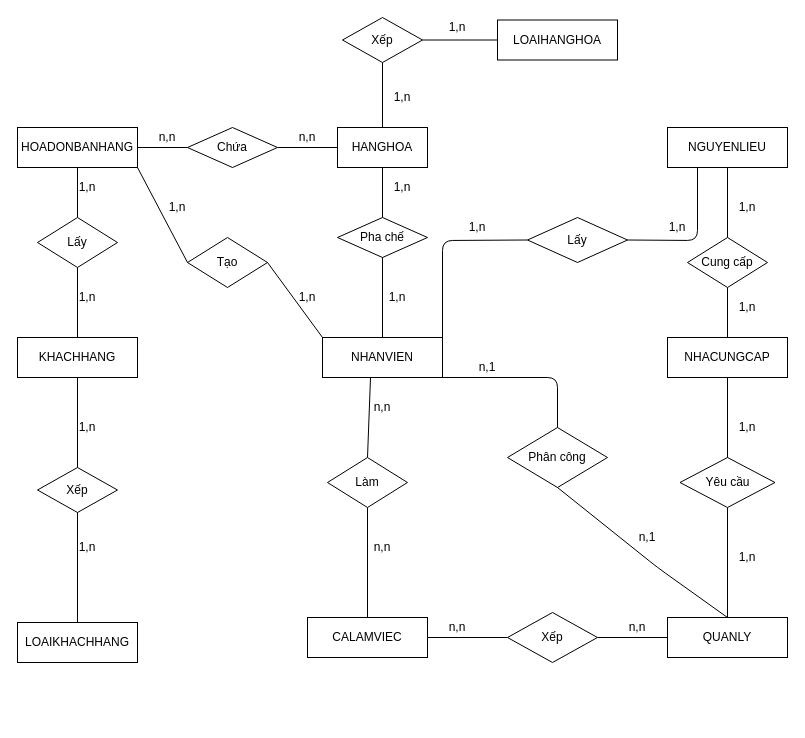
Earlier version of the draw.io diagram Untitled Diagram.drawio (nhungkchy/hihi). Source tidied: cells renumbered, new cells numbered last; positions are measured from the earlier drawing's top-left corner, leaving out a move shared by most shapes. Both pictures are drawn from the tidied source at 100%, with x=0, y=0 at pixel (17, 17).
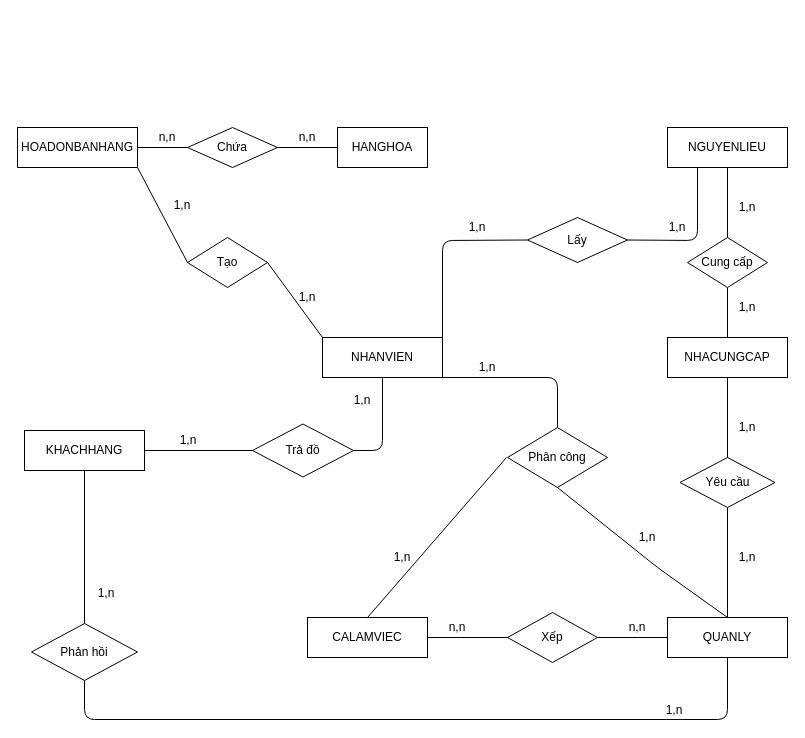
After the change.

Unchanged cells that the change refers to:
```xml
<mxCell id="2" value="NHANVIEN" style="rounded=0;whiteSpace=wrap;html=1;" parent="1" vertex="1">
  <mxGeometry x="305" y="320" width="120" height="40" as="geometry" />
</mxCell>
<mxCell id="4" value="HOADONBANHANG" style="rounded=0;whiteSpace=wrap;html=1;" parent="1" vertex="1">
  <mxGeometry y="110" width="120" height="40" as="geometry" />
</mxCell>
<mxCell id="7" value="CALAMVIEC" style="rounded=0;whiteSpace=wrap;html=1;" parent="1" vertex="1">
  <mxGeometry x="290" y="600" width="120" height="40" as="geometry" />
</mxCell>
<mxCell id="9" value="HANGHOA" style="rounded=0;whiteSpace=wrap;html=1;" parent="1" vertex="1">
  <mxGeometry x="320" y="110" width="90" height="40" as="geometry" />
</mxCell>
<mxCell id="37" value="QUANLY" style="rounded=0;whiteSpace=wrap;html=1;" parent="1" vertex="1">
  <mxGeometry x="650" y="600" width="120" height="40" as="geometry" />
</mxCell>
```

Diff of the diagram source:
```diff
@@
-    <mxCell id="3" value="LOAIKHACHHANG" style="rounded=0;whiteSpace=wrap;html=1;" parent="1" vertex="1">
-      <mxGeometry y="605" width="120" height="40" as="geometry" />
-    </mxCell>
@@
     <mxCell id="5" value="KHACHHANG" style="rounded=0;whiteSpace=wrap;html=1;" parent="1" vertex="1">
-      <mxGeometry y="320" width="120" height="40" as="geometry" />
+      <mxGeometry x="7" y="413" width="120" height="40" as="geometry" />
     </mxCell>
-    <mxCell id="6" value="LOAIHANGHOA" style="rounded=0;whiteSpace=wrap;html=1;" parent="1" vertex="1">
-      <mxGeometry x="480" y="2.5" width="120" height="40" as="geometry" />
-    </mxCell>
@@
-    <mxCell id="15" value="Xếp" style="rhombus;whiteSpace=wrap;html=1;" parent="1" vertex="1">
-      <mxGeometry x="325" width="80" height="45" as="geometry" />
-    </mxCell>
-    <mxCell id="16" style="endArrow=none;html=1;entryX=0.5;entryY=1;entryDx=0;entryDy=0;exitX=0.5;exitY=0;exitDx=0;exitDy=0;" parent="1" edge="1" source="9" target="15">
-      <mxGeometry relative="1" as="geometry" />
-    </mxCell>
-    <mxCell id="17" style="endArrow=none;html=1;entryX=0;entryY=0.5;entryDx=0;entryDy=0;exitX=1;exitY=0.5;exitDx=0;exitDy=0;" parent="1" edge="1" source="15" target="6">
-      <mxGeometry relative="1" as="geometry" />
-    </mxCell>
-    <mxCell id="18" value="1,n" style="text;html=1;strokeColor=none;fillColor=none;align=center;verticalAlign=middle;whiteSpace=wrap;rounded=0;" parent="1" vertex="1">
-      <mxGeometry x="365" y="70" width="40" height="20" as="geometry" />
-    </mxCell>
-    <mxCell id="19" value="1,n" style="text;html=1;strokeColor=none;fillColor=none;align=center;verticalAlign=middle;whiteSpace=wrap;rounded=0;" parent="1" vertex="1">
-      <mxGeometry x="420" width="40" height="20" as="geometry" />
-    </mxCell>
-    <mxCell id="20" value="Pha chế" style="rhombus;whiteSpace=wrap;html=1;" parent="1" vertex="1">
-      <mxGeometry x="320" y="200" width="90" height="40" as="geometry" />
-    </mxCell>
-    <mxCell id="21" style="endArrow=none;html=1;entryX=0.5;entryY=1;entryDx=0;entryDy=0;exitX=0.5;exitY=0;exitDx=0;exitDy=0;" parent="1" edge="1" source="2" target="20">
-      <mxGeometry relative="1" as="geometry" />
-    </mxCell>
-    <mxCell id="22" style="endArrow=none;html=1;entryX=0.5;entryY=1;entryDx=0;entryDy=0;" parent="1" edge="1" source="20" target="9">
-      <mxGeometry relative="1" as="geometry" />
-    </mxCell>
-    <mxCell id="23" value="1,n" style="text;html=1;strokeColor=none;fillColor=none;align=center;verticalAlign=middle;whiteSpace=wrap;rounded=0;" parent="1" vertex="1">
-      <mxGeometry x="365" y="160" width="40" height="20" as="geometry" />
-    </mxCell>
-    <mxCell id="24" value="1,n" style="text;html=1;strokeColor=none;fillColor=none;align=center;verticalAlign=middle;whiteSpace=wrap;rounded=0;" parent="1" vertex="1">
-      <mxGeometry x="360" y="270" width="40" height="20" as="geometry" />
-    </mxCell>
@@
-    <mxCell id="47" value="Làm" style="rhombus;whiteSpace=wrap;html=1;" parent="1" vertex="1">
-      <mxGeometry x="310" y="440" width="80" height="50" as="geometry" />
-    </mxCell>
-    <mxCell id="48" style="endArrow=none;html=1;exitX=0.5;exitY=0;exitDx=0;exitDy=0;" parent="1" edge="1" source="47">
-      <mxGeometry relative="1" as="geometry">
-        <mxPoint x="353" y="360" as="targetPoint" />
-      </mxGeometry>
-    </mxCell>
-    <mxCell id="49" style="endArrow=none;html=1;entryX=0.5;entryY=0;entryDx=0;entryDy=0;" parent="1" edge="1" target="7">
-      <mxGeometry relative="1" as="geometry">
-        <mxPoint x="350" y="490" as="sourcePoint" />
-      </mxGeometry>
-    </mxCell>
-    <mxCell id="50" value="n,n" style="text;html=1;strokeColor=none;fillColor=none;align=center;verticalAlign=middle;whiteSpace=wrap;rounded=0;" parent="1" vertex="1">
-      <mxGeometry x="345" y="520" width="40" height="20" as="geometry" />
-    </mxCell>
-    <mxCell id="51" value="n,n" style="text;html=1;strokeColor=none;fillColor=none;align=center;verticalAlign=middle;whiteSpace=wrap;rounded=0;" parent="1" vertex="1">
-      <mxGeometry x="345" y="380" width="40" height="20" as="geometry" />
-    </mxCell>
@@
-    <mxCell id="55" value="n,1" style="text;html=1;strokeColor=none;fillColor=none;align=center;verticalAlign=middle;whiteSpace=wrap;rounded=0;" parent="1" vertex="1">
+    <mxCell id="55" value="1,n" style="text;html=1;strokeColor=none;fillColor=none;align=center;verticalAlign=middle;whiteSpace=wrap;rounded=0;" parent="1" vertex="1">
       <mxGeometry x="450" y="340" width="40" height="20" as="geometry" />
     </mxCell>
-    <mxCell id="56" value="n,1" style="text;html=1;strokeColor=none;fillColor=none;align=center;verticalAlign=middle;whiteSpace=wrap;rounded=0;" parent="1" vertex="1">
+    <mxCell id="56" value="1,n" style="text;html=1;strokeColor=none;fillColor=none;align=center;verticalAlign=middle;whiteSpace=wrap;rounded=0;" parent="1" vertex="1">
       <mxGeometry x="610" y="510" width="40" height="20" as="geometry" />
     </mxCell>
-    <mxCell id="57" value="Xếp" style="rhombus;whiteSpace=wrap;html=1;" parent="1" vertex="1">
-      <mxGeometry x="20" y="450" width="80" height="45" as="geometry" />
-    </mxCell>
-    <mxCell id="58" style="endArrow=none;html=1;exitX=0.5;exitY=0;exitDx=0;exitDy=0;entryX=0.5;entryY=1;entryDx=0;entryDy=0;" parent="1" edge="1" source="3" target="57">
-      <mxGeometry relative="1" as="geometry" />
-    </mxCell>
-    <mxCell id="59" style="endArrow=none;html=1;exitX=0.5;exitY=0;exitDx=0;exitDy=0;entryX=0.5;entryY=1;entryDx=0;entryDy=0;" parent="1" edge="1" source="57" target="5">
-      <mxGeometry relative="1" as="geometry" />
-    </mxCell>
-    <mxCell id="60" value="1,n" style="text;html=1;strokeColor=none;fillColor=none;align=center;verticalAlign=middle;whiteSpace=wrap;rounded=0;" parent="1" vertex="1">
-      <mxGeometry x="50" y="400" width="40" height="20" as="geometry" />
-    </mxCell>
-    <mxCell id="61" value="1,n" style="text;html=1;strokeColor=none;fillColor=none;align=center;verticalAlign=middle;whiteSpace=wrap;rounded=0;" parent="1" vertex="1">
-      <mxGeometry x="50" y="520" width="40" height="20" as="geometry" />
-    </mxCell>
@@
-    <mxCell id="63" value="Lấy" style="rhombus;whiteSpace=wrap;html=1;" parent="1" vertex="1">
-      <mxGeometry x="20" y="200" width="80" height="50" as="geometry" />
-    </mxCell>
-    <mxCell id="64" style="endArrow=none;html=1;exitX=0.5;exitY=0;exitDx=0;exitDy=0;entryX=0.5;entryY=1;entryDx=0;entryDy=0;" parent="1" edge="1" source="5" target="63">
-      <mxGeometry relative="1" as="geometry" />
-    </mxCell>
-    <mxCell id="65" style="endArrow=none;html=1;exitX=0.5;exitY=0;exitDx=0;exitDy=0;" parent="1" edge="1" source="63" target="4">
-      <mxGeometry relative="1" as="geometry" />
-    </mxCell>
-    <mxCell id="66" value="1,n" style="text;html=1;strokeColor=none;fillColor=none;align=center;verticalAlign=middle;whiteSpace=wrap;rounded=0;" parent="1" vertex="1">
-      <mxGeometry x="50" y="160" width="40" height="20" as="geometry" />
-    </mxCell>
-    <mxCell id="67" value="1,n" style="text;html=1;strokeColor=none;fillColor=none;align=center;verticalAlign=middle;whiteSpace=wrap;rounded=0;" parent="1" vertex="1">
-      <mxGeometry x="50" y="270" width="40" height="20" as="geometry" />
-    </mxCell>
@@
     <mxCell id="71" value="1,n" style="text;html=1;strokeColor=none;fillColor=none;align=center;verticalAlign=middle;whiteSpace=wrap;rounded=0;" parent="1" vertex="1">
-      <mxGeometry x="140" y="180" width="40" height="20" as="geometry" />
+      <mxGeometry x="145" y="178" width="40" height="20" as="geometry" />
     </mxCell>
+    <mxCell id="72" style="endArrow=none;html=1;exitX=0.5;exitY=0;exitDx=0;exitDy=0;" parent="1" edge="1" source="7">
+      <mxGeometry relative="1" as="geometry">
+        <mxPoint x="489" y="440" as="targetPoint" />
+      </mxGeometry>
+    </mxCell>
+    <mxCell id="73" value="1,n" style="text;html=1;strokeColor=none;fillColor=none;align=center;verticalAlign=middle;whiteSpace=wrap;rounded=0;" parent="1" vertex="1">
+      <mxGeometry x="365" y="530" width="40" height="20" as="geometry" />
+    </mxCell>
+    <mxCell id="74" style="endArrow=none;html=1;entryX=0.5;entryY=1;entryDx=0;entryDy=0;" parent="1" edge="1" source="76" target="5">
+      <mxGeometry relative="1" as="geometry" />
+    </mxCell>
+    <mxCell id="75" style="endArrow=none;html=1;entryX=0.5;entryY=1;entryDx=0;entryDy=0;" parent="1" edge="1" source="76" target="37">
+      <mxGeometry relative="1" as="geometry">
+        <Array as="points">
+          <mxPoint x="67" y="702" />
+          <mxPoint x="710" y="702" />
+        </Array>
+      </mxGeometry>
+    </mxCell>
+    <mxCell id="76" value="Phản hồi" style="rhombus;whiteSpace=wrap;html=1;" parent="1" vertex="1">
+      <mxGeometry x="14" y="606" width="106" height="57" as="geometry" />
+    </mxCell>
+    <mxCell id="77" style="endArrow=none;html=1;entryX=0.5;entryY=1;entryDx=0;entryDy=0;exitX=0.5;exitY=1;exitDx=0;exitDy=0;" parent="1" edge="1" source="76" target="76">
+      <mxGeometry relative="1" as="geometry" />
+    </mxCell>
+    <mxCell id="78" value="1,n" style="text;html=1;strokeColor=none;fillColor=none;align=center;verticalAlign=middle;whiteSpace=wrap;rounded=0;" parent="1" vertex="1">
+      <mxGeometry x="325" y="373" width="40" height="20" as="geometry" />
+    </mxCell>
+    <mxCell id="79" value="1,n" style="text;html=1;strokeColor=none;fillColor=none;align=center;verticalAlign=middle;whiteSpace=wrap;rounded=0;" parent="1" vertex="1">
+      <mxGeometry x="151" y="413" width="40" height="20" as="geometry" />
+    </mxCell>
+    <mxCell id="80" value="1,n" style="text;html=1;strokeColor=none;fillColor=none;align=center;verticalAlign=middle;whiteSpace=wrap;rounded=0;" parent="1" vertex="1">
+      <mxGeometry x="637" y="683" width="40" height="20" as="geometry" />
+    </mxCell>
+    <mxCell id="81" value="1,n" style="text;html=1;strokeColor=none;fillColor=none;align=center;verticalAlign=middle;whiteSpace=wrap;rounded=0;" parent="1" vertex="1">
+      <mxGeometry x="69" y="566" width="40" height="20" as="geometry" />
+    </mxCell>
+    <mxCell id="82" value="Trả đồ" style="rhombus;whiteSpace=wrap;html=1;" parent="1" vertex="1">
+      <mxGeometry x="235" y="406.5" width="101" height="53" as="geometry" />
+    </mxCell>
+    <mxCell id="83" style="endArrow=none;html=1;exitX=1;exitY=0.5;exitDx=0;exitDy=0;entryX=0;entryY=0.5;entryDx=0;entryDy=0;" parent="1" edge="1" source="5" target="82">
+      <mxGeometry relative="1" as="geometry" />
+    </mxCell>
+    <mxCell id="84" style="endArrow=none;html=1;exitX=1;exitY=0.5;exitDx=0;exitDy=0;entryX=0.5;entryY=1;entryDx=0;entryDy=0;" parent="1" edge="1" source="82" target="2">
+      <mxGeometry relative="1" as="geometry">
+        <Array as="points">
+          <mxPoint x="365" y="433" />
+        </Array>
+      </mxGeometry>
+    </mxCell>
```
